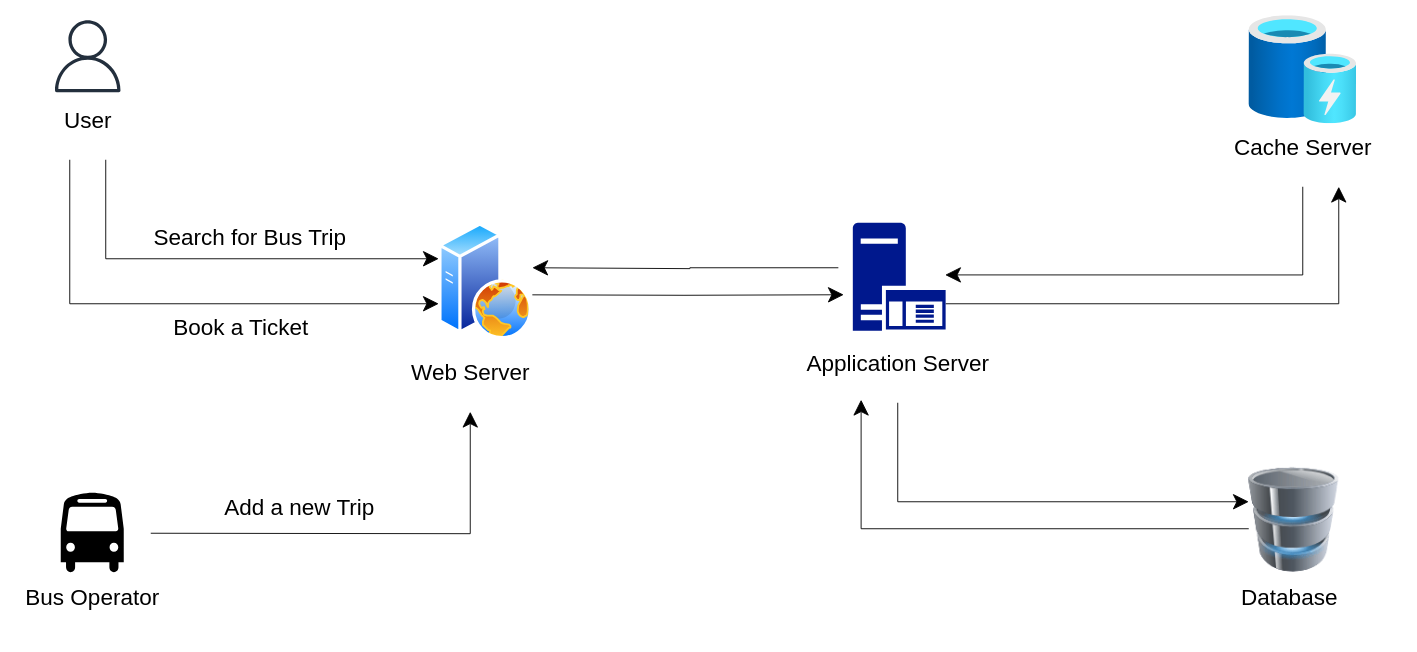
Earlier version of the draw.io diagram redbus-initial-hld.drawio (itspriyansh/system-design). Source tidied: cells renumbered, new cells numbered last; positions are measured from the earlier drawing's top-left corner, leaving out a move shared by most shapes. Both pictures are drawn from the tidied source at 90%, with x=0, y=0 at pixel (15, 15).
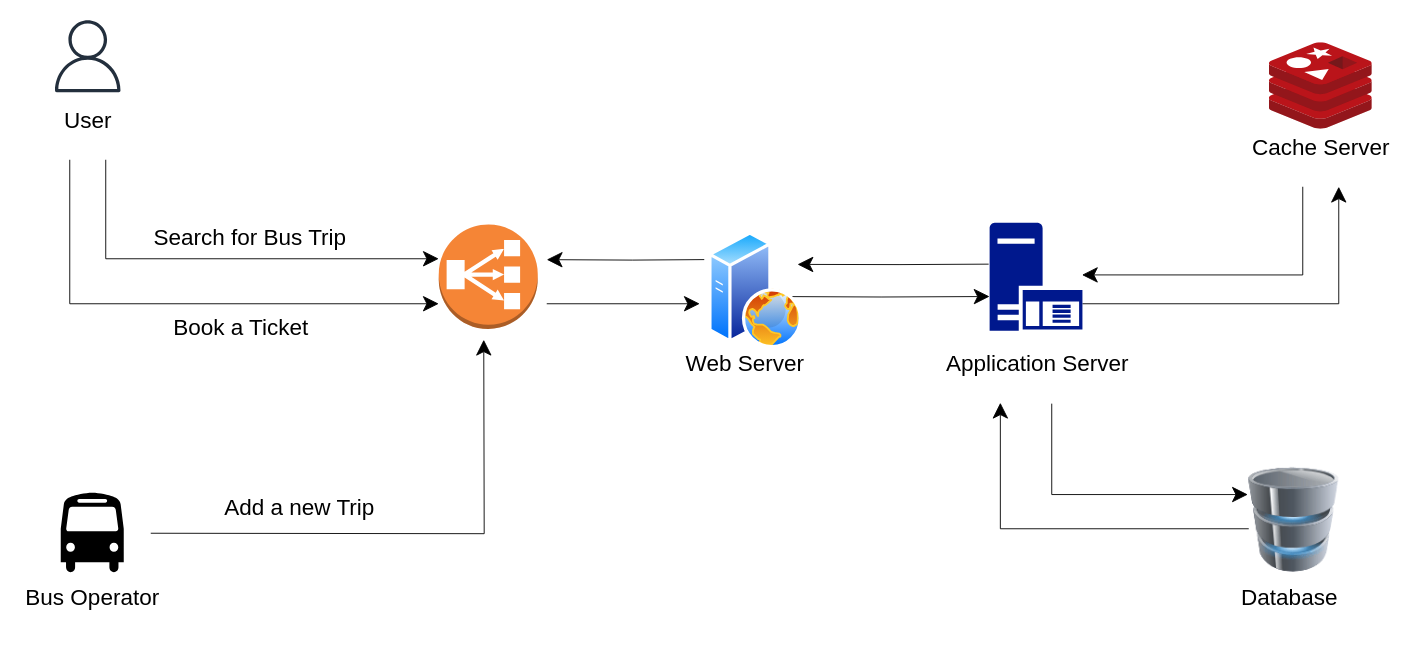
Above is the later version.

Unchanged cells that the change refers to:
```xml
<mxCell id="10" style="image;html=1;image=img/lib/clip_art/computers/Database_128x128.png;" parent="1" vertex="1">
  <mxGeometry x="1370" y="490" width="100" height="140" as="geometry" />
</mxCell>
```

The edit, as a diff of the source:
```diff
@@
-    <mxCell id="3" style="edgeStyle=orthogonalEdgeStyle;rounded=0;jettySize=auto;html=1;endSize=15;" parent="1" edge="1" target="15">
+    <mxCell id="3" style="edgeStyle=orthogonalEdgeStyle;rounded=0;orthogonalLoop=1;jettySize=auto;html=1;endSize=15;" parent="1" edge="1">
       <mxGeometry relative="1" as="geometry">
         <mxPoint x="150" y="575" as="sourcePoint" />
+        <mxPoint x="520" y="360" as="targetPoint" />
       </mxGeometry>
     </mxCell>
@@
-    <mxCell id="5" style="edgeStyle=orthogonalEdgeStyle;rounded=0;orthogonalLoop=1;jettySize=auto;html=1;startSize=15;endSize=15;" parent="1" edge="1">
+    <mxCell id="5" style="edgeStyle=orthogonalEdgeStyle;rounded=0;jettySize=auto;html=1;startSize=15;endSize=15;entryX=0;entryY=0.683;entryDx=0;entryDy=0;entryPerimeter=0;" parent="1" edge="1" target="9">
       <mxGeometry relative="1" as="geometry">
-        <mxPoint x="574" y="310.1" as="sourcePoint" />
-        <mxPoint x="920" y="310" as="targetPoint" />
+        <mxPoint x="850" y="312" as="sourcePoint" />
       </mxGeometry>
     </mxCell>
-    <mxCell id="6" style="image;perimeter=ellipsePerimeter;html=1;align=center;shadow=0;dashed=0;spacingTop=3;image=img/lib/active_directory/web_server.svg;" parent="1" vertex="1">
-      <mxGeometry x="470" y="230" width="104" height="130" as="geometry" />
-    </mxCell>
-    <mxCell id="7" style="edgeStyle=orthogonalEdgeStyle;rounded=0;orthogonalLoop=1;jettySize=auto;html=1;endSize=15;" parent="1" edge="1">
-      <mxGeometry relative="1" as="geometry">
-        <mxPoint x="914" y="280" as="sourcePoint" />
-        <mxPoint x="574" y="280" as="targetPoint" />
-        <Array as="points">
-          <mxPoint x="749" y="280" />
-          <mxPoint x="574" y="281" />
-        </Array>
-      </mxGeometry>
-    </mxCell>
@@
+    <mxCell id="26" style="edgeStyle=orthogonalEdgeStyle;rounded=0;jettySize=auto;html=1;entryX=1;entryY=0.25;entryDx=0;entryDy=0;endSize=15;" parent="1" edge="1" target="6">
+      <mxGeometry relative="1" as="geometry">
+        <mxPoint x="1081" y="276" as="sourcePoint" />
+      </mxGeometry>
+    </mxCell>
     <mxCell id="9" style="sketch=0;shadow=0;dashed=0;html=1;strokeColor=none;labelPosition=center;verticalLabelPosition=bottom;verticalAlign=top;align=center;fillColor=#00188D;shape=mxgraph.mscae.enterprise.application_server;" parent="1" vertex="1">
-      <mxGeometry x="930" y="230" width="103.2" height="120" as="geometry" />
+      <mxGeometry x="1082" y="230" width="103.2" height="120" as="geometry" />
     </mxCell>
@@
-    <mxCell id="11" style="image;html=1;align=center;fontSize=12;image=img/lib/azure2/general/Cache.svg;" parent="1" vertex="1">
-      <mxGeometry x="1370" width="120" height="120" as="geometry" />
-    </mxCell>
@@
     <mxCell id="15" value="&lt;p style=&quot;line-height: 120%; font-size: 25px;&quot;&gt;&lt;font style=&quot;font-size: 25px;&quot;&gt;Web Server&lt;/font&gt;&lt;/p&gt;" style="text;html=1;align=center;verticalAlign=middle;points=[];strokeColor=none;fillColor=none;" parent="1" vertex="1">
-      <mxGeometry x="425" y="350" width="160" height="90" as="geometry" />
+      <mxGeometry x="730" y="340" width="160" height="90" as="geometry" />
     </mxCell>
-    <mxCell id="16" style="edgeStyle=orthogonalEdgeStyle;rounded=0;jettySize=auto;html=1;endSize=15;" parent="1" edge="1" source="17">
-      <mxGeometry relative="1" as="geometry">
-        <mxPoint x="1370" y="540" as="targetPoint" />
-        <Array as="points">
-          <mxPoint x="980" y="540" />
-          <mxPoint x="1370" y="540" />
-        </Array>
-      </mxGeometry>
-    </mxCell>
     <mxCell id="17" value="&lt;p style=&quot;line-height: 120%; font-size: 25px;&quot;&gt;&lt;font style=&quot;font-size: 25px;&quot;&gt;Application Server&lt;/font&gt;&lt;/p&gt;" style="text;html=1;align=center;verticalAlign=middle;points=[];strokeColor=none;fillColor=none;" parent="1" vertex="1">
-      <mxGeometry x="865" y="340" width="230" height="90" as="geometry" />
+      <mxGeometry x="1020" y="340" width="230" height="90" as="geometry" />
     </mxCell>
@@
     <mxCell id="19" value="&lt;p style=&quot;line-height: 120%; font-size: 25px;&quot;&gt;&lt;font style=&quot;font-size: 25px;&quot;&gt;Cache Server&lt;/font&gt;&lt;/p&gt;" style="text;html=1;align=center;verticalAlign=middle;points=[];strokeColor=none;fillColor=none;" parent="1" vertex="1">
-      <mxGeometry x="1340" y="100" width="180" height="90" as="geometry" />
+      <mxGeometry x="1360" y="100" width="180" height="90" as="geometry" />
     </mxCell>
@@
-    <mxCell id="25" style="edgeStyle=orthogonalEdgeStyle;rounded=0;jettySize=auto;html=1;entryX=0.323;entryY=0.963;entryDx=0;entryDy=0;entryPerimeter=0;endSize=15;" parent="1" edge="1" source="10" target="17">
+    <mxCell id="25" style="edgeStyle=orthogonalEdgeStyle;rounded=0;jettySize=auto;html=1;endSize=15;" parent="1" edge="1" source="10" target="17">
       <mxGeometry relative="1" as="geometry">
         <Array as="points">
-          <mxPoint x="939" y="570" />
+          <mxPoint x="1094" y="570" />
         </Array>
       </mxGeometry>
     </mxCell>
+    <mxCell id="27" style="edgeStyle=orthogonalEdgeStyle;rounded=0;orthogonalLoop=1;jettySize=auto;html=1;endSize=15;startSize=15;startArrow=classic;startFill=1;endArrow=none;endFill=0;" parent="1" edge="1">
+      <mxGeometry relative="1" as="geometry">
+        <mxPoint x="760" y="320" as="sourcePoint" />
+        <mxPoint x="590" y="320" as="targetPoint" />
+      </mxGeometry>
+    </mxCell>
+    <mxCell id="6" style="image;perimeter=ellipsePerimeter;html=1;align=center;shadow=0;dashed=0;spacingTop=3;image=img/lib/active_directory/web_server.svg;" parent="1" vertex="1">
+      <mxGeometry x="770" y="240" width="104" height="130" as="geometry" />
+    </mxCell>
+    <mxCell id="28" style="edgeStyle=orthogonalEdgeStyle;rounded=0;jettySize=auto;html=1;entryX=-0.01;entryY=0.3;entryDx=0;entryDy=0;entryPerimeter=0;exitX=0.57;exitY=1.011;exitDx=0;exitDy=0;exitPerimeter=0;endSize=15;" parent="1" edge="1" source="17" target="10">
+      <mxGeometry relative="1" as="geometry" />
+    </mxCell>
+    <mxCell id="29" style="dashed=0;verticalLabelPosition=bottom;verticalAlign=top;align=center;html=1;shape=mxgraph.aws3.classic_load_balancer;fillColor=#F58536;gradientColor=none;" parent="1" vertex="1">
+      <mxGeometry x="470" y="232" width="110" height="116" as="geometry" />
+    </mxCell>
+    <mxCell id="30" style="edgeStyle=orthogonalEdgeStyle;rounded=0;jettySize=auto;html=1;entryX=-0.048;entryY=0.238;entryDx=0;entryDy=0;entryPerimeter=0;endSize=15;startSize=15;startArrow=classic;startFill=1;endArrow=none;endFill=0;" parent="1" edge="1" target="6">
+      <mxGeometry relative="1" as="geometry">
+        <mxPoint x="590" y="271" as="sourcePoint" />
+      </mxGeometry>
+    </mxCell>
+    <mxCell id="31" style="image;sketch=0;html=1;align=center;fontSize=12;image=img/lib/mscae/Cache_Redis_Product.svg;" parent="1" vertex="1">
+      <mxGeometry x="1392.9" y="30" width="114.3" height="96" as="geometry" />
+    </mxCell>
```
